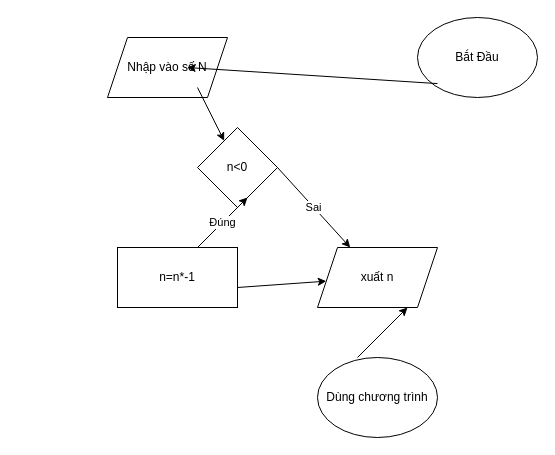
Above: vesodo.drawio in MTkhai/draw.io (draw.io), before the change. Source tidied: cells renumbered, new cells numbered last; positions are measured from the earlier drawing's top-left corner, leaving out a move shared by most shapes. Both pictures are drawn from the tidied source at 100%, with x=0, y=0 at pixel (107, 17).
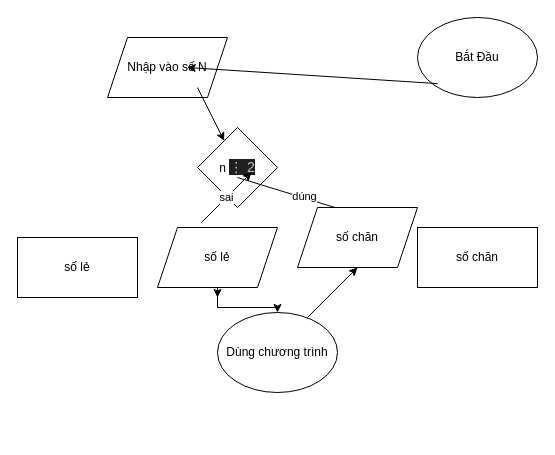
Above is the later version.

Commit message:
Cập nhật vesodo1.drawio

The edit, as a diff of the source:
```diff
@@
-    <mxCell id="5" value="n&amp;lt;0" style="rhombus;whiteSpace=wrap;html=1;" parent="1" vertex="1">
+    <mxCell id="5" value="n&amp;nbsp;&lt;span style=&quot;color: rgb(189, 193, 198); font-family: Arial, sans-serif; font-size: 14px; text-align: left; background-color: rgb(31, 31, 31);&quot;&gt;⋮ 2&lt;/span&gt;" style="rhombus;whiteSpace=wrap;html=1;" parent="1" vertex="1">
       <mxGeometry x="90" y="110" width="80" height="80" as="geometry" />
     </mxCell>
@@
-    <mxCell id="7" value="n=n*-1" style="rounded=0;whiteSpace=wrap;html=1;" parent="1" vertex="1">
-      <mxGeometry x="10" y="230" width="120" height="60" as="geometry" />
+    <mxCell id="7" value="số chăn" style="rounded=0;whiteSpace=wrap;html=1;" parent="1" vertex="1">
+      <mxGeometry x="310" y="210" width="120" height="60" as="geometry" />
     </mxCell>
+    <mxCell id="14" style="edgeStyle=orthogonalEdgeStyle;rounded=0;jettySize=auto;html=1;" parent="1" edge="1" source="8" target="12">
+      <mxGeometry relative="1" as="geometry" />
+    </mxCell>
-    <mxCell id="8" value="xuất n" style="shape=parallelogram;perimeter=parallelogramPerimeter;whiteSpace=wrap;html=1;fixedSize=1;" parent="1" vertex="1">
-      <mxGeometry x="210" y="230" width="120" height="60" as="geometry" />
+    <mxCell id="8" value="số lẻ" style="shape=parallelogram;perimeter=parallelogramPerimeter;whiteSpace=wrap;html=1;fixedSize=1;" parent="1" vertex="1">
+      <mxGeometry x="50" y="210" width="120" height="60" as="geometry" />
     </mxCell>
-    <mxCell id="9" value="Đúng" style="endArrow=classic;html=1;rounded=0;" parent="1" edge="1">
+    <mxCell id="9" value="sai" style="endArrow=classic;html=1;rounded=0;" parent="1" edge="1">
       <mxGeometry relative="1" as="geometry">
-        <mxPoint x="90" y="230" as="sourcePoint" />
-        <mxPoint x="140" y="180" as="targetPoint" />
+        <mxPoint x="94" y="205" as="sourcePoint" />
+        <mxPoint x="144" y="155" as="targetPoint" />
       </mxGeometry>
     </mxCell>
-    <mxCell id="10" style="endArrow=classic;html=1;rounded=0;" parent="1" edge="1" target="8">
-      <mxGeometry relative="1" as="geometry">
-        <mxPoint x="130" y="270" as="sourcePoint" />
-      </mxGeometry>
-    </mxCell>
-    <mxCell id="11" value="Sai" style="endArrow=classic;html=1;rounded=0;" parent="1" edge="1" target="8">
-      <mxGeometry relative="1" as="geometry">
-        <mxPoint x="170" y="150" as="sourcePoint" />
-      </mxGeometry>
-    </mxCell>
     <mxCell id="12" value="Dùng chương trình" style="ellipse;whiteSpace=wrap;html=1;" parent="1" vertex="1">
-      <mxGeometry x="210" y="340" width="120" height="80" as="geometry" />
+      <mxGeometry x="110" y="295" width="120" height="80" as="geometry" />
     </mxCell>
     <mxCell id="13" style="endArrow=classic;html=1;rounded=0;" parent="1" edge="1">
       <mxGeometry relative="1" as="geometry">
-        <mxPoint x="250" y="340" as="sourcePoint" />
-        <mxPoint x="300" y="290" as="targetPoint" />
+        <mxPoint x="200" y="300" as="sourcePoint" />
+        <mxPoint x="250" y="250" as="targetPoint" />
       </mxGeometry>
     </mxCell>
+    <mxCell id="15" value="số lẻ" style="rounded=0;whiteSpace=wrap;html=1;" parent="1" vertex="1">
+      <mxGeometry x="-90" y="220" width="120" height="60" as="geometry" />
+    </mxCell>
+    <mxCell id="16" style="endArrow=classic;html=1;rounded=0;entryX=0.25;entryY=0;entryDx=0;entryDy=0;exitX=1;exitY=1;exitDx=0;exitDy=0;" parent="1" edge="1">
+      <mxGeometry relative="1" as="geometry">
+        <mxPoint x="130" y="160" as="sourcePoint" />
+        <mxPoint x="260" y="200" as="targetPoint" />
+      </mxGeometry>
+    </mxCell>
+    <mxCell id="17" value="dúng" style="edgeLabel;html=1;align=center;verticalAlign=middle;" parent="16" vertex="1">
+      <mxGeometry x="0.01" y="2" relative="1" as="geometry" />
+    </mxCell>
+    <mxCell id="18" value="số chăn" style="shape=parallelogram;perimeter=parallelogramPerimeter;whiteSpace=wrap;html=1;fixedSize=1;" parent="1" vertex="1">
+      <mxGeometry x="190" y="190" width="120" height="60" as="geometry" />
+    </mxCell>
+    <mxCell id="19" style="endArrow=classic;html=1;rounded=0;" parent="1" edge="1" source="8">
+      <mxGeometry relative="1" as="geometry">
+        <mxPoint x="110" y="280" as="targetPoint" />
+      </mxGeometry>
+    </mxCell>
```
